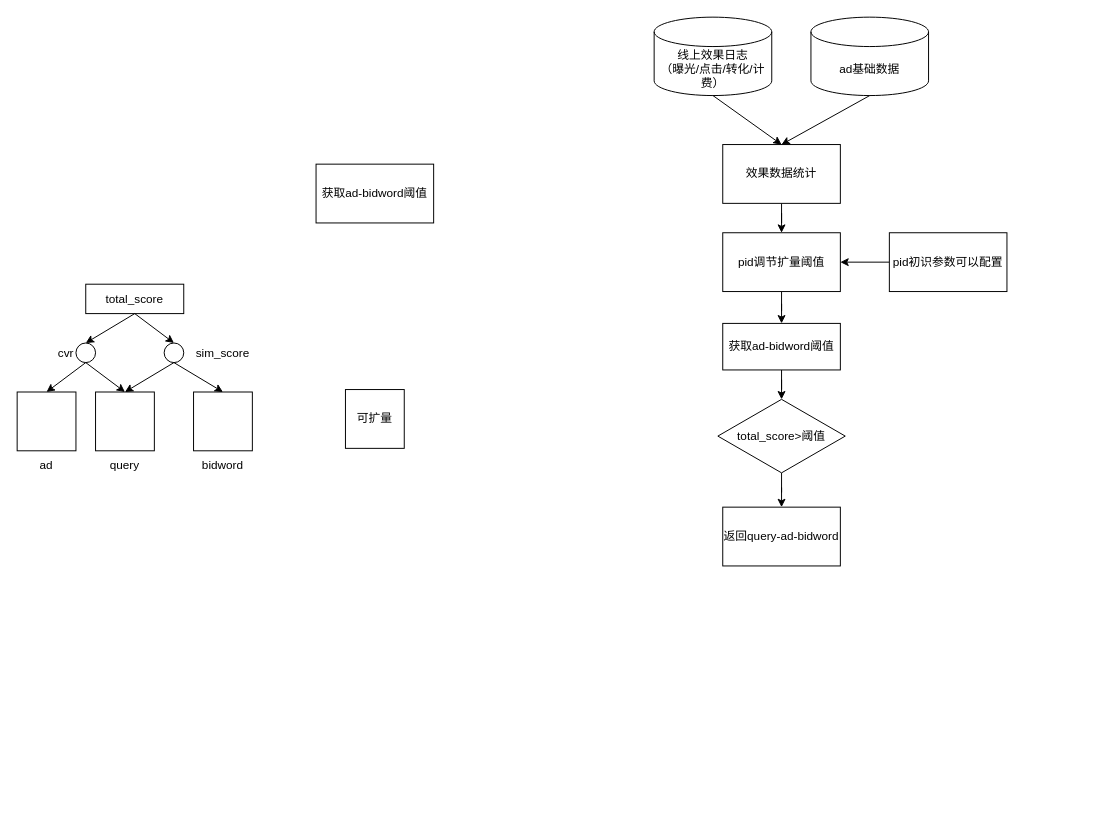
Earlier version of the draw.io diagram 未命名绘图.drawio (sszhaoGit/colab_test). Source tidied: cells renumbered, new cells numbered last; positions are measured from the earlier drawing's top-left corner, leaving out a move shared by most shapes. Both pictures are drawn from the tidied source at 98%, with x=0, y=0 at pixel (17, 17).
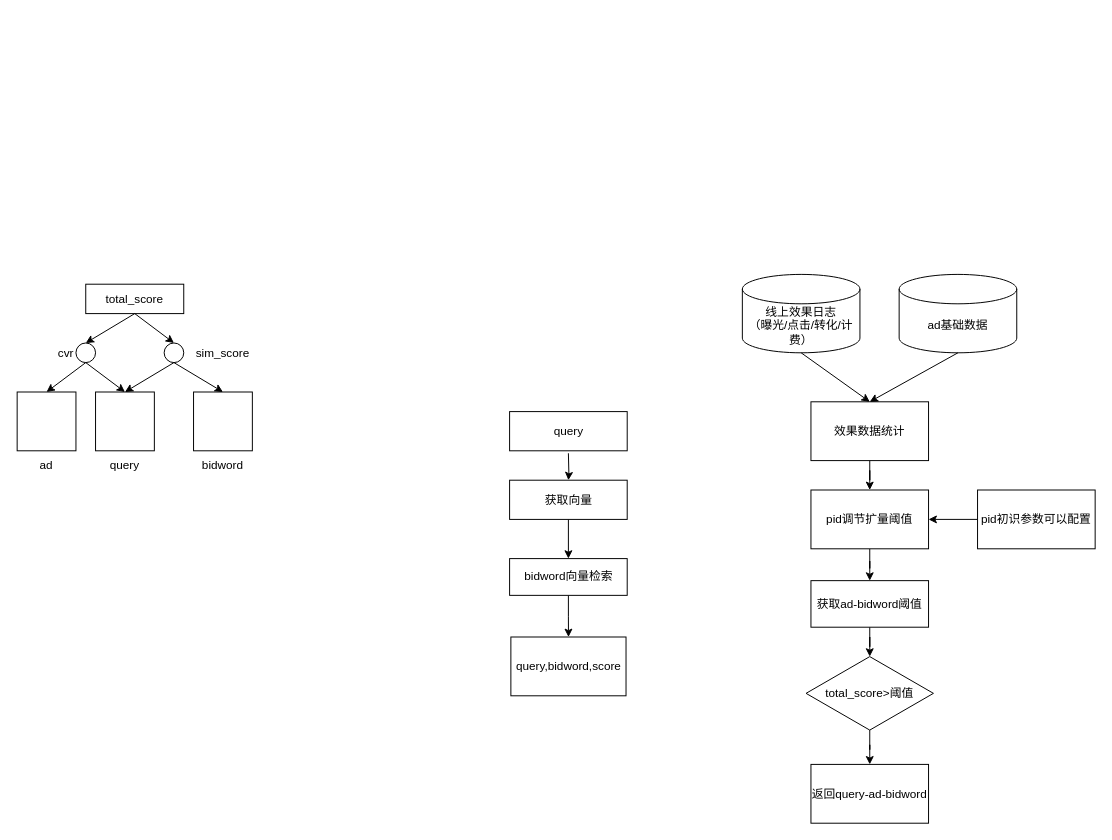
Above is the later version.

What changed in the source:
```diff
@@
     <mxCell id="20" value="total_score&amp;gt;阈值" style="rhombus;whiteSpace=wrap;html=1;rounded=0;" parent="1" vertex="1">
-      <mxGeometry x="715" y="390" width="130" height="75" as="geometry" />
+      <mxGeometry x="805" y="652.5" width="130" height="75" as="geometry" />
     </mxCell>
-    <mxCell id="21" value="获取ad-bidword阈值" style="whiteSpace=wrap;html=1;rounded=0;" parent="1" vertex="1">
-      <mxGeometry x="305" y="150" width="120" height="60" as="geometry" />
-    </mxCell>
-    <mxCell id="22" value="可扩量" style="whiteSpace=wrap;html=1;" parent="1" vertex="1">
-      <mxGeometry x="335" y="380" width="60" height="60" as="geometry" />
-    </mxCell>
+    <mxCell id="36" style="edgeStyle=orthogonalEdgeStyle;rounded=0;jettySize=auto;html=1;" parent="1" edge="1" target="38">
+      <mxGeometry relative="1" as="geometry">
+        <mxPoint x="562.5" y="445" as="sourcePoint" />
+      </mxGeometry>
+    </mxCell>
     <mxCell id="23" value="线上效果日志&lt;br&gt;（曝光/点击/转化/计费）" style="shape=cylinder3;whiteSpace=wrap;html=1;boundedLbl=1;backgroundOutline=1;size=15;" parent="1" vertex="1">
-      <mxGeometry x="650" width="120" height="80" as="geometry" />
+      <mxGeometry x="740" y="262.5" width="120" height="80" as="geometry" />
     </mxCell>
     <mxCell id="24" value="ad基础数据" style="shape=cylinder3;whiteSpace=wrap;html=1;boundedLbl=1;backgroundOutline=1;size=15;" parent="1" vertex="1">
-      <mxGeometry x="810" width="120" height="80" as="geometry" />
+      <mxGeometry x="900" y="262.5" width="120" height="80" as="geometry" />
     </mxCell>
@@
     <mxCell id="26" value="效果数据统计" style="whiteSpace=wrap;html=1;rounded=0;" parent="1" vertex="1">
-      <mxGeometry x="720" y="130" width="120" height="60" as="geometry" />
+      <mxGeometry x="810" y="392.5" width="120" height="60" as="geometry" />
     </mxCell>
@@
     <mxCell id="30" value="pid调节扩量阈值" style="whiteSpace=wrap;html=1;rounded=0;" parent="1" vertex="1">
-      <mxGeometry x="720" y="220" width="120" height="60" as="geometry" />
+      <mxGeometry x="810" y="482.5" width="120" height="60" as="geometry" />
     </mxCell>
@@
     <mxCell id="32" value="获取ad-bidword阈值" style="whiteSpace=wrap;html=1;rounded=0;" parent="1" vertex="1">
-      <mxGeometry x="720" y="312.5" width="120" height="47.5" as="geometry" />
+      <mxGeometry x="810" y="575" width="120" height="47.5" as="geometry" />
     </mxCell>
@@
     <mxCell id="34" value="pid初识参数可以配置" style="whiteSpace=wrap;html=1;rounded=0;" parent="1" vertex="1">
-      <mxGeometry x="890" y="220" width="120" height="60" as="geometry" />
+      <mxGeometry x="980" y="482.5" width="120" height="60" as="geometry" />
     </mxCell>
     <mxCell id="35" value="返回query-ad-bidword" style="whiteSpace=wrap;html=1;rounded=0;" parent="1" vertex="1">
-      <mxGeometry x="720" y="500" width="120" height="60" as="geometry" />
+      <mxGeometry x="810" y="762.5" width="120" height="60" as="geometry" />
     </mxCell>
+    <mxCell id="37" style="edgeStyle=orthogonalEdgeStyle;rounded=0;jettySize=auto;html=1;" parent="1" edge="1" source="38" target="40">
+      <mxGeometry relative="1" as="geometry" />
+    </mxCell>
+    <mxCell id="38" value="获取向量" style="whiteSpace=wrap;html=1;" parent="1" vertex="1">
+      <mxGeometry x="502.5" y="472.5" width="120" height="40" as="geometry" />
+    </mxCell>
+    <mxCell id="39" style="edgeStyle=orthogonalEdgeStyle;rounded=0;jettySize=auto;html=1;" parent="1" edge="1" source="40" target="42">
+      <mxGeometry relative="1" as="geometry" />
+    </mxCell>
+    <mxCell id="40" value="bidword向量检索" style="rounded=0;whiteSpace=wrap;html=1;" parent="1" vertex="1">
+      <mxGeometry x="502.5" y="552.5" width="120" height="37.5" as="geometry" />
+    </mxCell>
+    <mxCell id="41" value="query" style="rounded=0;whiteSpace=wrap;html=1;" parent="1" vertex="1">
+      <mxGeometry x="502.5" y="402.5" width="120" height="40" as="geometry" />
+    </mxCell>
+    <mxCell id="42" value="query,bidword,score" style="whiteSpace=wrap;html=1;rounded=0;" parent="1" vertex="1">
+      <mxGeometry x="503.8" y="632.5" width="117.5" height="60" as="geometry" />
+    </mxCell>
```
